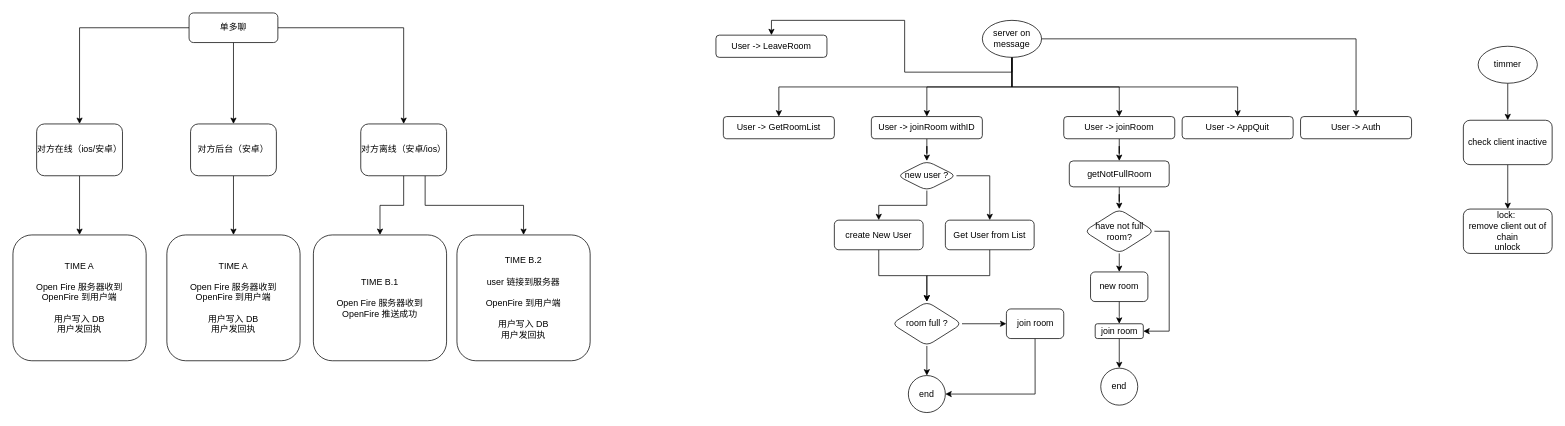
The draw.io diagram ServerMeeting.drawio in peterSZW/AroundUsServer, before the edit. Source tidied: cells renumbered, new cells numbered last; positions are measured from the earlier drawing's top-left corner, leaving out a move shared by most shapes. Both pictures are drawn from the tidied source at 74%, with x=0, y=0 at pixel (13, 13).
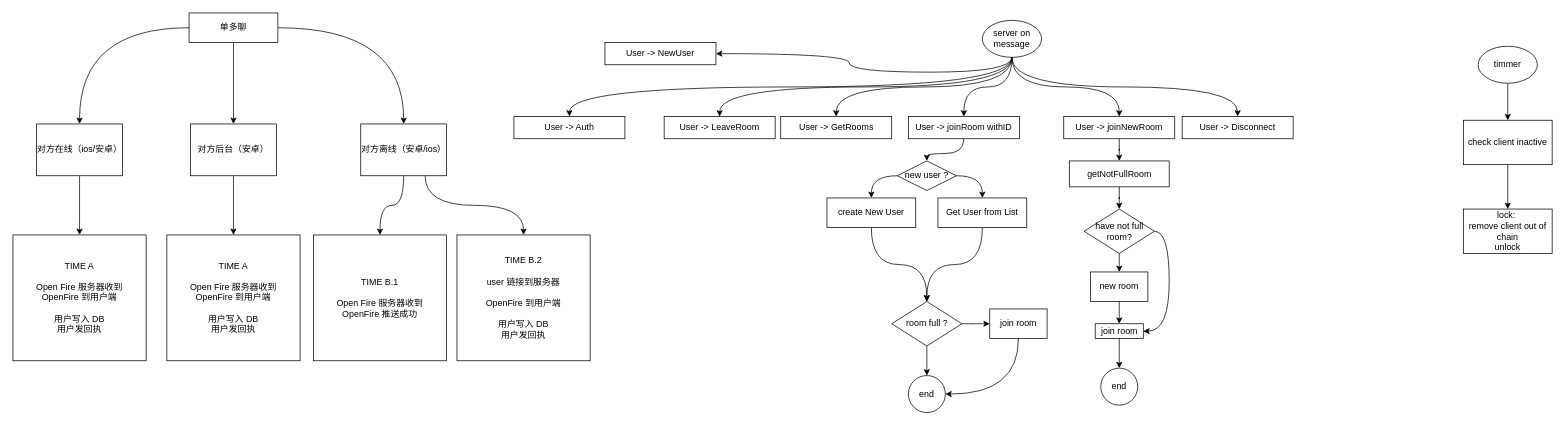
Above is the later version.

The change refers to these unchanged cells:
```xml
<mxCell id="8" value="server on message" style="ellipse;whiteSpace=wrap;html=1;" parent="1" vertex="1">
  <mxGeometry x="1310" y="10" width="80" height="50" as="geometry" />
</mxCell>
<mxCell id="43" value="end" style="ellipse;whiteSpace=wrap;html=1;" parent="1" vertex="1">
  <mxGeometry x="1210" y="490" width="50" height="50" as="geometry" />
</mxCell>
<mxCell id="50" value="end" style="ellipse;whiteSpace=wrap;html=1;" parent="1" vertex="1">
  <mxGeometry x="1470" y="480" width="50" height="50" as="geometry" />
</mxCell>
<mxCell id="53" value="timmer" style="ellipse;whiteSpace=wrap;html=1;" parent="1" vertex="1">
  <mxGeometry x="1980" y="45" width="80" height="50" as="geometry" />
</mxCell>
```

Change to the diagram source:
```diff
@@
-    <mxCell id="2" style="edgeStyle=orthogonalEdgeStyle;rounded=0;jettySize=auto;html=1;" parent="1" edge="1" source="8" target="11">
+    <mxCell id="2" style="edgeStyle=orthogonalEdgeStyle;jettySize=auto;html=1;curved=1;" parent="1" edge="1" source="8" target="11">
       <mxGeometry relative="1" as="geometry" />
     </mxCell>
-    <mxCell id="3" style="edgeStyle=orthogonalEdgeStyle;rounded=0;jettySize=auto;html=1;exitX=0.5;exitY=1;exitDx=0;exitDy=0;entryX=0.5;entryY=0;entryDx=0;entryDy=0;" parent="1" edge="1" source="8" target="37">
+    <mxCell id="3" style="edgeStyle=orthogonalEdgeStyle;jettySize=auto;html=1;exitX=0.5;exitY=1;exitDx=0;exitDy=0;entryX=0.5;entryY=0;entryDx=0;entryDy=0;curved=1;" parent="1" edge="1" source="8" target="37">
       <mxGeometry relative="1" as="geometry" />
     </mxCell>
-    <mxCell id="4" style="edgeStyle=orthogonalEdgeStyle;rounded=0;jettySize=auto;html=1;exitX=0.5;exitY=1;exitDx=0;exitDy=0;entryX=0.5;entryY=0;entryDx=0;entryDy=0;" parent="1" edge="1" source="8" target="56">
+    <mxCell id="4" style="edgeStyle=orthogonalEdgeStyle;jettySize=auto;html=1;exitX=0.5;exitY=1;exitDx=0;exitDy=0;entryX=0.5;entryY=0;entryDx=0;entryDy=0;curved=1;" parent="1" edge="1" source="8" target="56">
       <mxGeometry relative="1" as="geometry" />
     </mxCell>
-    <mxCell id="5" style="edgeStyle=orthogonalEdgeStyle;rounded=0;jettySize=auto;html=1;exitX=0.5;exitY=1;exitDx=0;exitDy=0;" parent="1" edge="1" source="8" target="57">
+    <mxCell id="5" style="edgeStyle=orthogonalEdgeStyle;jettySize=auto;html=1;exitX=0.5;exitY=1;exitDx=0;exitDy=0;curved=1;" parent="1" edge="1" source="8" target="57">
       <mxGeometry relative="1" as="geometry" />
     </mxCell>
-    <mxCell id="6" style="edgeStyle=orthogonalEdgeStyle;rounded=0;jettySize=auto;html=1;exitX=0.5;exitY=1;exitDx=0;exitDy=0;" parent="1" edge="1" source="8" target="58">
+    <mxCell id="6" style="edgeStyle=orthogonalEdgeStyle;jettySize=auto;html=1;exitX=0.5;exitY=1;exitDx=0;exitDy=0;curved=1;" parent="1" edge="1" source="8" target="58">
       <mxGeometry relative="1" as="geometry" />
     </mxCell>
-    <mxCell id="7" style="edgeStyle=orthogonalEdgeStyle;rounded=0;jettySize=auto;html=1;" parent="1" edge="1" source="8" target="59">
+    <mxCell id="7" style="edgeStyle=orthogonalEdgeStyle;jettySize=auto;html=1;exitX=0.5;exitY=1;exitDx=0;exitDy=0;curved=1;" parent="1" edge="1" source="8" target="59">
       <mxGeometry relative="1" as="geometry" />
     </mxCell>
+    <mxCell id="60" style="edgeStyle=orthogonalEdgeStyle;curved=1;rounded=1;jettySize=auto;html=1;exitX=0.5;exitY=1;exitDx=0;exitDy=0;" parent="1" edge="1" source="8" target="61">
+      <mxGeometry relative="1" as="geometry" />
+    </mxCell>
@@
-    <mxCell id="9" style="edgeStyle=orthogonalEdgeStyle;rounded=0;jettySize=auto;html=1;exitX=1;exitY=0.5;exitDx=0;exitDy=0;" parent="1" edge="1" source="32" target="13">
+    <mxCell id="9" style="edgeStyle=orthogonalEdgeStyle;jettySize=auto;html=1;exitX=1;exitY=0.5;exitDx=0;exitDy=0;curved=1;" parent="1" edge="1" source="32" target="13">
       <mxGeometry relative="1" as="geometry" />
     </mxCell>
-    <mxCell id="10" style="edgeStyle=orthogonalEdgeStyle;rounded=0;jettySize=auto;html=1;exitX=0.5;exitY=1;exitDx=0;exitDy=0;" parent="1" edge="1" source="11" target="32">
+    <mxCell id="10" style="edgeStyle=orthogonalEdgeStyle;jettySize=auto;html=1;exitX=0.5;exitY=1;exitDx=0;exitDy=0;curved=1;" parent="1" edge="1" source="11" target="32">
       <mxGeometry relative="1" as="geometry" />
     </mxCell>
-    <mxCell id="11" value="User -&amp;gt; joinRoom withID" style="whiteSpace=wrap;html=1;rounded=1;shadow=0;strokeWidth=1;glass=0;" parent="1" vertex="1">
-      <mxGeometry x="1160" y="140" width="150" height="30" as="geometry" />
+    <mxCell id="11" value="User -&amp;gt; joinRoom withID" style="whiteSpace=wrap;html=1;shadow=0;strokeWidth=1;glass=0;" parent="1" vertex="1">
+      <mxGeometry x="1210" y="140" width="150" height="30" as="geometry" />
     </mxCell>
-    <mxCell id="12" style="edgeStyle=orthogonalEdgeStyle;rounded=0;jettySize=auto;html=1;exitX=1;exitY=0.5;exitDx=0;exitDy=0;" parent="1" edge="1" source="13" target="35">
+    <mxCell id="12" style="edgeStyle=orthogonalEdgeStyle;jettySize=auto;html=1;exitX=1;exitY=0.5;exitDx=0;exitDy=0;curved=1;" parent="1" edge="1" source="13" target="35">
       <mxGeometry relative="1" as="geometry" />
     </mxCell>
-    <mxCell id="13" value="Get User from List" style="whiteSpace=wrap;html=1;rounded=1;shadow=0;strokeWidth=1;glass=0;direction=south;" parent="1" vertex="1">
-      <mxGeometry x="1260" y="280" width="120" height="40" as="geometry" />
+    <mxCell id="13" value="Get User from List" style="whiteSpace=wrap;html=1;shadow=0;strokeWidth=1;glass=0;direction=south;" parent="1" vertex="1">
+      <mxGeometry x="1250" y="250" width="120" height="40" as="geometry" />
     </mxCell>
-    <mxCell id="14" style="edgeStyle=orthogonalEdgeStyle;rounded=0;jettySize=auto;html=1;" parent="1" edge="1" source="15" target="35">
+    <mxCell id="14" style="edgeStyle=orthogonalEdgeStyle;jettySize=auto;html=1;curved=1;" parent="1" edge="1" source="15" target="35">
       <mxGeometry relative="1" as="geometry" />
     </mxCell>
-    <mxCell id="15" value="create New User" style="whiteSpace=wrap;html=1;rounded=1;shadow=0;strokeWidth=1;glass=0;direction=north;" parent="1" vertex="1">
-      <mxGeometry x="1110" y="280" width="120" height="40" as="geometry" />
+    <mxCell id="15" value="create New User" style="whiteSpace=wrap;html=1;shadow=0;strokeWidth=1;glass=0;direction=north;" parent="1" vertex="1">
+      <mxGeometry x="1100" y="250" width="120" height="40" as="geometry" />
     </mxCell>
-    <mxCell id="16" style="edgeStyle=orthogonalEdgeStyle;rounded=0;jettySize=auto;html=1;" parent="1" edge="1" source="19" target="21">
+    <mxCell id="16" style="edgeStyle=orthogonalEdgeStyle;jettySize=auto;html=1;curved=1;" parent="1" edge="1" source="19" target="21">
       <mxGeometry relative="1" as="geometry" />
     </mxCell>
-    <mxCell id="17" style="edgeStyle=orthogonalEdgeStyle;rounded=0;jettySize=auto;html=1;" parent="1" edge="1" source="19" target="23">
+    <mxCell id="17" style="edgeStyle=orthogonalEdgeStyle;jettySize=auto;html=1;curved=1;" parent="1" edge="1" source="19" target="23">
       <mxGeometry relative="1" as="geometry" />
     </mxCell>
-    <mxCell id="18" style="edgeStyle=orthogonalEdgeStyle;rounded=0;jettySize=auto;html=1;" parent="1" edge="1" source="19" target="26">
+    <mxCell id="18" style="edgeStyle=orthogonalEdgeStyle;jettySize=auto;html=1;curved=1;" parent="1" edge="1" source="19" target="26">
       <mxGeometry relative="1" as="geometry" />
     </mxCell>
-    <mxCell id="19" value="单多聊" style="rounded=1;whiteSpace=wrap;html=1;fontSize=12;glass=0;strokeWidth=1;shadow=0;" parent="1" vertex="1">
+    <mxCell id="19" value="单多聊" style="whiteSpace=wrap;html=1;fontSize=12;glass=0;strokeWidth=1;shadow=0;" parent="1" vertex="1">
       <mxGeometry x="238" width="120" height="40" as="geometry" />
     </mxCell>
-    <mxCell id="20" style="edgeStyle=orthogonalEdgeStyle;rounded=0;jettySize=auto;html=1;" parent="1" edge="1" source="21" target="27">
+    <mxCell id="20" style="edgeStyle=orthogonalEdgeStyle;jettySize=auto;html=1;curved=1;" parent="1" edge="1" source="21" target="27">
       <mxGeometry relative="1" as="geometry" />
     </mxCell>
-    <mxCell id="21" value="对方在线（ios/安卓）" style="whiteSpace=wrap;html=1;rounded=1;shadow=0;strokeWidth=1;glass=0;" parent="1" vertex="1">
+    <mxCell id="21" value="对方在线（ios/安卓）" style="whiteSpace=wrap;html=1;shadow=0;strokeWidth=1;glass=0;" parent="1" vertex="1">
       <mxGeometry x="32" y="150" width="116" height="70" as="geometry" />
     </mxCell>
-    <mxCell id="22" style="edgeStyle=orthogonalEdgeStyle;rounded=0;jettySize=auto;html=1;exitX=0.5;exitY=1;exitDx=0;exitDy=0;" parent="1" edge="1" source="23" target="28">
+    <mxCell id="22" style="edgeStyle=orthogonalEdgeStyle;jettySize=auto;html=1;exitX=0.5;exitY=1;exitDx=0;exitDy=0;curved=1;" parent="1" edge="1" source="23" target="28">
       <mxGeometry relative="1" as="geometry" />
     </mxCell>
-    <mxCell id="23" value="对方后台（安卓）" style="whiteSpace=wrap;html=1;rounded=1;shadow=0;strokeWidth=1;glass=0;" parent="1" vertex="1">
+    <mxCell id="23" value="对方后台（安卓）" style="whiteSpace=wrap;html=1;shadow=0;strokeWidth=1;glass=0;" parent="1" vertex="1">
       <mxGeometry x="240" y="150" width="116" height="70" as="geometry" />
     </mxCell>
-    <mxCell id="24" style="edgeStyle=orthogonalEdgeStyle;rounded=0;jettySize=auto;html=1;" parent="1" edge="1" source="26" target="29">
+    <mxCell id="24" style="edgeStyle=orthogonalEdgeStyle;jettySize=auto;html=1;curved=1;" parent="1" edge="1" source="26" target="29">
       <mxGeometry relative="1" as="geometry" />
     </mxCell>
-    <mxCell id="25" style="edgeStyle=orthogonalEdgeStyle;rounded=0;jettySize=auto;html=1;exitX=0.75;exitY=1;exitDx=0;exitDy=0;entryX=0.5;entryY=0;entryDx=0;entryDy=0;" parent="1" edge="1" source="26" target="30">
+    <mxCell id="25" style="edgeStyle=orthogonalEdgeStyle;jettySize=auto;html=1;exitX=0.75;exitY=1;exitDx=0;exitDy=0;entryX=0.5;entryY=0;entryDx=0;entryDy=0;curved=1;" parent="1" edge="1" source="26" target="30">
       <mxGeometry relative="1" as="geometry" />
     </mxCell>
-    <mxCell id="26" value="对方离线（安卓/ios）" style="whiteSpace=wrap;html=1;rounded=1;shadow=0;strokeWidth=1;glass=0;" parent="1" vertex="1">
+    <mxCell id="26" value="对方离线（安卓/ios）" style="whiteSpace=wrap;html=1;shadow=0;strokeWidth=1;glass=0;" parent="1" vertex="1">
       <mxGeometry x="470" y="150" width="116" height="70" as="geometry" />
     </mxCell>
-    <mxCell id="27" value="TIME A&lt;br&gt;&lt;br&gt;Open Fire&amp;nbsp;服务器收到&lt;br&gt;OpenFire 到用户端&lt;br&gt;&lt;br&gt;用户写入 DB &lt;br&gt;用户发回执" style="whiteSpace=wrap;html=1;rounded=1;shadow=0;strokeWidth=1;glass=0;" parent="1" vertex="1">
+    <mxCell id="27" value="TIME A&lt;br&gt;&lt;br&gt;Open Fire&amp;nbsp;服务器收到&lt;br&gt;OpenFire 到用户端&lt;br&gt;&lt;br&gt;用户写入 DB &lt;br&gt;用户发回执" style="whiteSpace=wrap;html=1;shadow=0;strokeWidth=1;glass=0;" parent="1" vertex="1">
       <mxGeometry y="300" width="180" height="170" as="geometry" />
     </mxCell>
-    <mxCell id="28" value="TIME A&lt;br&gt;&lt;br&gt;Open Fire&amp;nbsp;服务器收到&lt;br&gt;OpenFire 到用户端&lt;br&gt;&lt;br&gt;用户写入 DB &lt;br&gt;用户发回执" style="whiteSpace=wrap;html=1;rounded=1;shadow=0;strokeWidth=1;glass=0;" parent="1" vertex="1">
+    <mxCell id="28" value="TIME A&lt;br&gt;&lt;br&gt;Open Fire&amp;nbsp;服务器收到&lt;br&gt;OpenFire 到用户端&lt;br&gt;&lt;br&gt;用户写入 DB &lt;br&gt;用户发回执" style="whiteSpace=wrap;html=1;shadow=0;strokeWidth=1;glass=0;" parent="1" vertex="1">
       <mxGeometry x="208" y="300" width="180" height="170" as="geometry" />
     </mxCell>
-    <mxCell id="29" value="TIME B.1&lt;br&gt;&lt;br&gt;Open Fire&amp;nbsp;服务器收到&lt;br&gt;OpenFire 推送成功" style="whiteSpace=wrap;html=1;rounded=1;shadow=0;strokeWidth=1;glass=0;" parent="1" vertex="1">
+    <mxCell id="29" value="TIME B.1&lt;br&gt;&lt;br&gt;Open Fire&amp;nbsp;服务器收到&lt;br&gt;OpenFire 推送成功" style="whiteSpace=wrap;html=1;shadow=0;strokeWidth=1;glass=0;" parent="1" vertex="1">
       <mxGeometry x="406" y="300" width="180" height="170" as="geometry" />
     </mxCell>
-    <mxCell id="30" value="TIME B.2&lt;br&gt;&lt;br&gt;user 链接到服务器&lt;br&gt;&lt;br&gt;OpenFire 到用户端&lt;br&gt;&lt;br&gt;用户写入 DB&lt;br&gt;用户发回执" style="whiteSpace=wrap;html=1;rounded=1;shadow=0;strokeWidth=1;glass=0;" parent="1" vertex="1">
+    <mxCell id="30" value="TIME B.2&lt;br&gt;&lt;br&gt;user 链接到服务器&lt;br&gt;&lt;br&gt;OpenFire 到用户端&lt;br&gt;&lt;br&gt;用户写入 DB&lt;br&gt;用户发回执" style="whiteSpace=wrap;html=1;shadow=0;strokeWidth=1;glass=0;" parent="1" vertex="1">
       <mxGeometry x="600" y="300" width="180" height="170" as="geometry" />
     </mxCell>
-    <mxCell id="31" style="edgeStyle=orthogonalEdgeStyle;rounded=0;jettySize=auto;html=1;" parent="1" edge="1" source="32" target="15">
+    <mxCell id="31" style="edgeStyle=orthogonalEdgeStyle;jettySize=auto;html=1;exitX=0;exitY=0.5;exitDx=0;exitDy=0;curved=1;" parent="1" edge="1" source="32" target="15">
       <mxGeometry relative="1" as="geometry" />
     </mxCell>
-    <mxCell id="32" value="new user ?" style="rhombus;whiteSpace=wrap;html=1;rounded=1;shadow=0;strokeWidth=1;glass=0;" parent="1" vertex="1">
+    <mxCell id="32" value="new user ?" style="rhombus;whiteSpace=wrap;html=1;shadow=0;strokeWidth=1;glass=0;" parent="1" vertex="1">
       <mxGeometry x="1195" y="200" width="80" height="40" as="geometry" />
     </mxCell>
-    <mxCell id="33" style="edgeStyle=orthogonalEdgeStyle;rounded=0;jettySize=auto;html=1;exitX=0.5;exitY=1;exitDx=0;exitDy=0;" parent="1" edge="1" source="35" target="43">
+    <mxCell id="33" style="edgeStyle=orthogonalEdgeStyle;jettySize=auto;html=1;exitX=0.5;exitY=1;exitDx=0;exitDy=0;curved=1;" parent="1" edge="1" source="35" target="43">
       <mxGeometry relative="1" as="geometry" />
     </mxCell>
-    <mxCell id="34" style="edgeStyle=orthogonalEdgeStyle;rounded=0;jettySize=auto;html=1;" parent="1" edge="1" source="35" target="45">
+    <mxCell id="34" style="edgeStyle=orthogonalEdgeStyle;jettySize=auto;html=1;curved=1;" parent="1" edge="1" source="35" target="45">
       <mxGeometry relative="1" as="geometry" />
     </mxCell>
-    <mxCell id="35" value="room full ?" style="rhombus;whiteSpace=wrap;html=1;rounded=1;shadow=0;strokeWidth=1;glass=0;" parent="1" vertex="1">
+    <mxCell id="35" value="room full ?" style="rhombus;whiteSpace=wrap;html=1;shadow=0;strokeWidth=1;glass=0;" parent="1" vertex="1">
       <mxGeometry x="1187.5" y="390" width="95" height="60" as="geometry" />
     </mxCell>
-    <mxCell id="36" style="edgeStyle=orthogonalEdgeStyle;rounded=0;jettySize=auto;html=1;" parent="1" edge="1" source="37" target="39">
+    <mxCell id="36" style="edgeStyle=orthogonalEdgeStyle;jettySize=auto;html=1;curved=1;" parent="1" edge="1" source="37" target="39">
       <mxGeometry relative="1" as="geometry" />
     </mxCell>
-    <mxCell id="37" value="User -&amp;gt; joinRoom" style="whiteSpace=wrap;html=1;rounded=1;shadow=0;strokeWidth=1;glass=0;" parent="1" vertex="1">
+    <mxCell id="37" value="User -&amp;gt; joinNewRoom" style="whiteSpace=wrap;html=1;shadow=0;strokeWidth=1;glass=0;" parent="1" vertex="1">
       <mxGeometry x="1420" y="140" width="150" height="30" as="geometry" />
     </mxCell>
-    <mxCell id="38" style="edgeStyle=orthogonalEdgeStyle;rounded=0;jettySize=auto;html=1;exitX=0.5;exitY=1;exitDx=0;exitDy=0;" parent="1" edge="1" source="39" target="42">
+    <mxCell id="38" style="edgeStyle=orthogonalEdgeStyle;jettySize=auto;html=1;exitX=0.5;exitY=1;exitDx=0;exitDy=0;curved=1;" parent="1" edge="1" source="39" target="42">
       <mxGeometry relative="1" as="geometry" />
     </mxCell>
-    <mxCell id="39" value="getNotFullRoom" style="whiteSpace=wrap;html=1;rounded=1;shadow=0;strokeWidth=1;glass=0;" parent="1" vertex="1">
+    <mxCell id="39" value="getNotFullRoom" style="whiteSpace=wrap;html=1;shadow=0;strokeWidth=1;glass=0;" parent="1" vertex="1">
       <mxGeometry x="1427.5" y="200" width="135" height="35" as="geometry" />
     </mxCell>
-    <mxCell id="40" style="edgeStyle=orthogonalEdgeStyle;rounded=0;jettySize=auto;html=1;" parent="1" edge="1" source="42" target="47">
+    <mxCell id="40" style="edgeStyle=orthogonalEdgeStyle;jettySize=auto;html=1;curved=1;" parent="1" edge="1" source="42" target="47">
       <mxGeometry relative="1" as="geometry" />
     </mxCell>
-    <mxCell id="41" style="edgeStyle=orthogonalEdgeStyle;rounded=0;jettySize=auto;html=1;exitX=1;exitY=0.5;exitDx=0;exitDy=0;entryX=1;entryY=0.5;entryDx=0;entryDy=0;" parent="1" edge="1" source="42" target="49">
+    <mxCell id="41" style="edgeStyle=orthogonalEdgeStyle;jettySize=auto;html=1;exitX=1;exitY=0.5;exitDx=0;exitDy=0;entryX=1;entryY=0.5;entryDx=0;entryDy=0;curved=1;" parent="1" edge="1" source="42" target="49">
       <mxGeometry relative="1" as="geometry" />
     </mxCell>
-    <mxCell id="42" value="have not full room?" style="rhombus;whiteSpace=wrap;html=1;rounded=1;shadow=0;strokeWidth=1;glass=0;" parent="1" vertex="1">
+    <mxCell id="42" value="have not full room?" style="rhombus;whiteSpace=wrap;html=1;shadow=0;strokeWidth=1;glass=0;" parent="1" vertex="1">
       <mxGeometry x="1447.5" y="265" width="95" height="60" as="geometry" />
     </mxCell>
@@
-    <mxCell id="44" style="edgeStyle=orthogonalEdgeStyle;rounded=0;jettySize=auto;html=1;exitX=0.5;exitY=1;exitDx=0;exitDy=0;entryX=1;entryY=0.5;entryDx=0;entryDy=0;" parent="1" edge="1" source="45" target="43">
+    <mxCell id="44" style="edgeStyle=orthogonalEdgeStyle;jettySize=auto;html=1;exitX=0.5;exitY=1;exitDx=0;exitDy=0;entryX=1;entryY=0.5;entryDx=0;entryDy=0;curved=1;" parent="1" edge="1" source="45" target="43">
       <mxGeometry relative="1" as="geometry" />
     </mxCell>
-    <mxCell id="45" value="join room" style="whiteSpace=wrap;html=1;rounded=1;shadow=0;strokeWidth=1;glass=0;" parent="1" vertex="1">
-      <mxGeometry x="1342.5" y="400" width="77.5" height="40" as="geometry" />
+    <mxCell id="45" value="join room" style="whiteSpace=wrap;html=1;shadow=0;strokeWidth=1;glass=0;" parent="1" vertex="1">
+      <mxGeometry x="1320" y="400" width="77.5" height="40" as="geometry" />
     </mxCell>
-    <mxCell id="46" style="edgeStyle=orthogonalEdgeStyle;rounded=0;jettySize=auto;html=1;" parent="1" edge="1" source="47" target="49">
+    <mxCell id="46" style="edgeStyle=orthogonalEdgeStyle;jettySize=auto;html=1;curved=1;" parent="1" edge="1" source="47" target="49">
       <mxGeometry relative="1" as="geometry" />
     </mxCell>
-    <mxCell id="47" value="new room" style="whiteSpace=wrap;html=1;rounded=1;shadow=0;strokeWidth=1;glass=0;" parent="1" vertex="1">
+    <mxCell id="47" value="new room" style="whiteSpace=wrap;html=1;shadow=0;strokeWidth=1;glass=0;" parent="1" vertex="1">
       <mxGeometry x="1456.2" y="350" width="77.5" height="40" as="geometry" />
     </mxCell>
-    <mxCell id="48" style="edgeStyle=orthogonalEdgeStyle;rounded=0;jettySize=auto;html=1;" parent="1" edge="1" source="49" target="50">
+    <mxCell id="48" style="edgeStyle=orthogonalEdgeStyle;jettySize=auto;html=1;curved=1;" parent="1" edge="1" source="49" target="50">
       <mxGeometry relative="1" as="geometry" />
     </mxCell>
-    <mxCell id="49" value="join room" style="whiteSpace=wrap;html=1;rounded=1;shadow=0;strokeWidth=1;glass=0;" parent="1" vertex="1">
+    <mxCell id="49" value="join room" style="whiteSpace=wrap;html=1;shadow=0;strokeWidth=1;glass=0;" parent="1" vertex="1">
       <mxGeometry x="1462.5" y="420" width="65" height="20" as="geometry" />
     </mxCell>
@@
-    <mxCell id="51" value="lock:&amp;nbsp;&lt;br&gt;remove client out of chain&lt;br&gt;unlock" style="whiteSpace=wrap;html=1;rounded=1;shadow=0;strokeWidth=1;glass=0;" parent="1" vertex="1">
+    <mxCell id="51" value="lock:&amp;nbsp;&lt;br&gt;remove client out of chain&lt;br&gt;unlock" style="whiteSpace=wrap;html=1;shadow=0;strokeWidth=1;glass=0;" parent="1" vertex="1">
       <mxGeometry x="1960" y="265" width="120" height="60" as="geometry" />
     </mxCell>
-    <mxCell id="52" style="edgeStyle=orthogonalEdgeStyle;rounded=0;jettySize=auto;html=1;" parent="1" edge="1" source="53" target="55">
+    <mxCell id="52" style="edgeStyle=orthogonalEdgeStyle;jettySize=auto;html=1;curved=1;" parent="1" edge="1" source="53" target="55">
       <mxGeometry relative="1" as="geometry" />
     </mxCell>
@@
-    <mxCell id="54" style="edgeStyle=orthogonalEdgeStyle;rounded=0;jettySize=auto;html=1;" parent="1" edge="1" source="55" target="51">
+    <mxCell id="54" style="edgeStyle=orthogonalEdgeStyle;jettySize=auto;html=1;curved=1;" parent="1" edge="1" source="55" target="51">
       <mxGeometry relative="1" as="geometry" />
     </mxCell>
-    <mxCell id="55" value="check client inactive" style="whiteSpace=wrap;html=1;rounded=1;shadow=0;strokeWidth=1;glass=0;" parent="1" vertex="1">
+    <mxCell id="55" value="check client inactive" style="whiteSpace=wrap;html=1;shadow=0;strokeWidth=1;glass=0;" parent="1" vertex="1">
       <mxGeometry x="1960" y="145" width="120" height="60" as="geometry" />
     </mxCell>
-    <mxCell id="56" value="User -&amp;gt; LeaveRoom" style="whiteSpace=wrap;html=1;rounded=1;shadow=0;strokeWidth=1;glass=0;" parent="1" vertex="1">
-      <mxGeometry x="950" y="30" width="150" height="30" as="geometry" />
+    <mxCell id="56" value="User -&amp;gt; LeaveRoom" style="whiteSpace=wrap;html=1;shadow=0;strokeWidth=1;glass=0;" parent="1" vertex="1">
+      <mxGeometry x="880" y="140" width="150" height="30" as="geometry" />
     </mxCell>
-    <mxCell id="57" value="User -&amp;gt; AppQuit" style="whiteSpace=wrap;html=1;rounded=1;shadow=0;strokeWidth=1;glass=0;" parent="1" vertex="1">
+    <mxCell id="57" value="User -&amp;gt; Disconnect" style="whiteSpace=wrap;html=1;shadow=0;strokeWidth=1;glass=0;" parent="1" vertex="1">
       <mxGeometry x="1580" y="140" width="150" height="30" as="geometry" />
     </mxCell>
-    <mxCell id="58" value="User -&amp;gt; GetRoomList" style="whiteSpace=wrap;html=1;rounded=1;shadow=0;strokeWidth=1;glass=0;" parent="1" vertex="1">
-      <mxGeometry x="960" y="140" width="150" height="30" as="geometry" />
+    <mxCell id="58" value="User -&amp;gt; GetRooms" style="whiteSpace=wrap;html=1;shadow=0;strokeWidth=1;glass=0;" parent="1" vertex="1">
+      <mxGeometry x="1037.5" y="140" width="150" height="30" as="geometry" />
     </mxCell>
-    <mxCell id="59" value="User -&amp;gt; Auth" style="whiteSpace=wrap;html=1;rounded=1;shadow=0;strokeWidth=1;glass=0;" parent="1" vertex="1">
-      <mxGeometry x="1740" y="140" width="150" height="30" as="geometry" />
+    <mxCell id="59" value="User -&amp;gt; Auth" style="whiteSpace=wrap;html=1;shadow=0;strokeWidth=1;glass=0;" parent="1" vertex="1">
+      <mxGeometry x="677" y="140" width="150" height="30" as="geometry" />
     </mxCell>
+    <mxCell id="61" value="User -&amp;gt; NewUser" style="whiteSpace=wrap;html=1;shadow=0;strokeWidth=1;glass=0;" parent="1" vertex="1">
+      <mxGeometry x="800" y="40" width="150" height="30" as="geometry" />
+    </mxCell>
```
